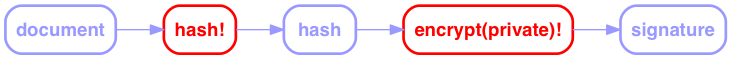
Earlier version of the Graphviz export img/signature-1.png (bluegraybox/BTCSplain). Its source is kept beside it as img/signature-1.gv.
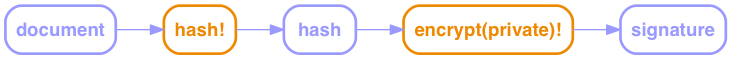
After the commit.

The edit, as a diff of the source:
```diff
@@ -16,8 +16,8 @@
         # arrowsize=2,
         color="#9999ff",
     ];
-    "hash!" [color=red, fontcolor=red]
-    "encrypt(private)!" [color=red, fontcolor=red]
+    "hash!" [color="#ee8800", fontcolor="#ee8800"]
+    "encrypt(private)!" [color="#ee8800", fontcolor="#ee8800"]
 
     document -> "hash!"
     "hash!" -> hash
```
